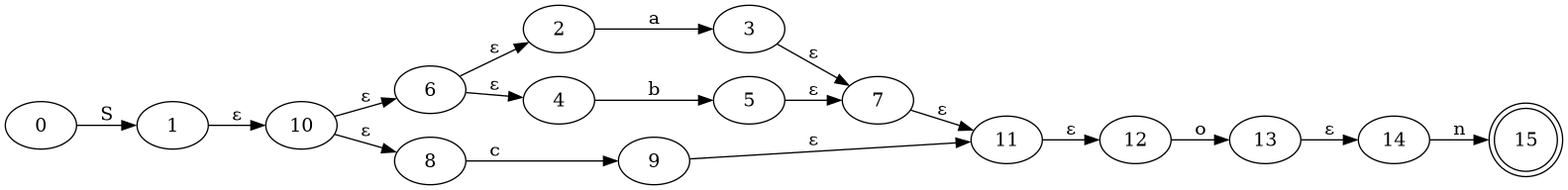
Before: automate.png, a diagram exported from Graphviz (Daniel-Sima/Clone-of-the-egrep-UNIX-command). Its source is kept beside it as automate.dot. Its diagram source:
```dot
digraph {
rankdir=LR;
	15 [shape=doublecircle]

	0->1 [label= "S"];
	2->3 [label= "a"];
	4->5 [label= "b"];
	6->2 [label= "ε"];
	6->4 [label= "ε"];
	3->7 [label= "ε"];
	5->7 [label= "ε"];
	8->9 [label= "c"];
	10->6 [label= "ε"];
	10->8 [label= "ε"];
	7->11 [label= "ε"];
	9->11 [label= "ε"];
	1->10 [label= "ε"];
	12->13 [label= "o"];
	11->12 [label= "ε"];
	14->15 [label= "n"];
	13->14 [label= "ε"];
}
```
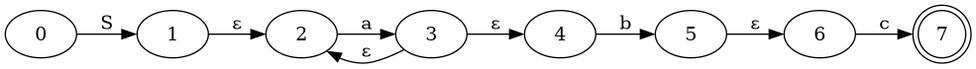
Later version of the same file.

Diff of the diagram source:
```diff
@@ -1,22 +1,13 @@
 digraph {
 rankdir=LR;
-	15 [shape=doublecircle]
+	7 [shape=doublecircle]
 
 	0->1 [label= "S"];
 	2->3 [label= "a"];
+	3->2 [label= "ε", constraint="false"];
+	1->2 [label= "ε"];
 	4->5 [label= "b"];
-	6->2 [label= "ε"];
-	6->4 [label= "ε"];
-	3->7 [label= "ε"];
-	5->7 [label= "ε"];
-	8->9 [label= "c"];
-	10->6 [label= "ε"];
-	10->8 [label= "ε"];
-	7->11 [label= "ε"];
-	9->11 [label= "ε"];
-	1->10 [label= "ε"];
-	12->13 [label= "o"];
-	11->12 [label= "ε"];
-	14->15 [label= "n"];
-	13->14 [label= "ε"];
+	3->4 [label= "ε"];
+	6->7 [label= "c"];
+	5->6 [label= "ε"];
 }
```
